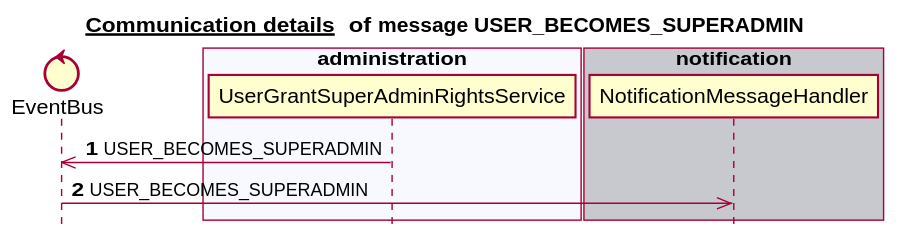
The PlantUML diagram docs/latest/images/gen_domain_messaging_user_becomes_superadmin.svg in mercedes-benz/sechub, before a commit. Its diagram source:
```plantuml
@startuml


title __Communication details __ of **message USER_BECOMES_SUPERADMIN**
skinparam style strictuml


control EventBus
box "scan" #C8C8CF
end box
box "schedule" #F8F8FF
end box
box "authorization" #C8C8CF
end box
box "administration" #F8F8FF
   participant UserGrantSuperAdminRightsService
end box
box "notification" #C8C8CF
   participant NotificationMessageHandler
end box
autonumber 1
UserGrantSuperAdminRightsService ->> EventBus:USER_BECOMES_SUPERADMIN
EventBus ->> NotificationMessageHandler:USER_BECOMES_SUPERADMIN
autonumber stop


@enduml
```
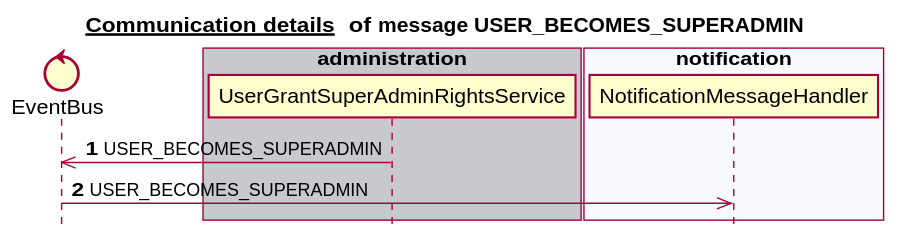
Above is the later version.

What changed in the source:
```diff
@@ -6,17 +6,17 @@
 
 
 control EventBus
-box "scan" #C8C8CF
+box "schedule" #C8C8CF
 end box
-box "schedule" #F8F8FF
+box "scan" #F8F8FF
+end box
+box "administration" #C8C8CF
+   participant UserGrantSuperAdminRightsService
+end box
+box "notification" #F8F8FF
+   participant NotificationMessageHandler
 end box
 box "authorization" #C8C8CF
-end box
-box "administration" #F8F8FF
-   participant UserGrantSuperAdminRightsService
-end box
-box "notification" #C8C8CF
-   participant NotificationMessageHandler
 end box
 autonumber 1
 UserGrantSuperAdminRightsService ->> EventBus:USER_BECOMES_SUPERADMIN
```
